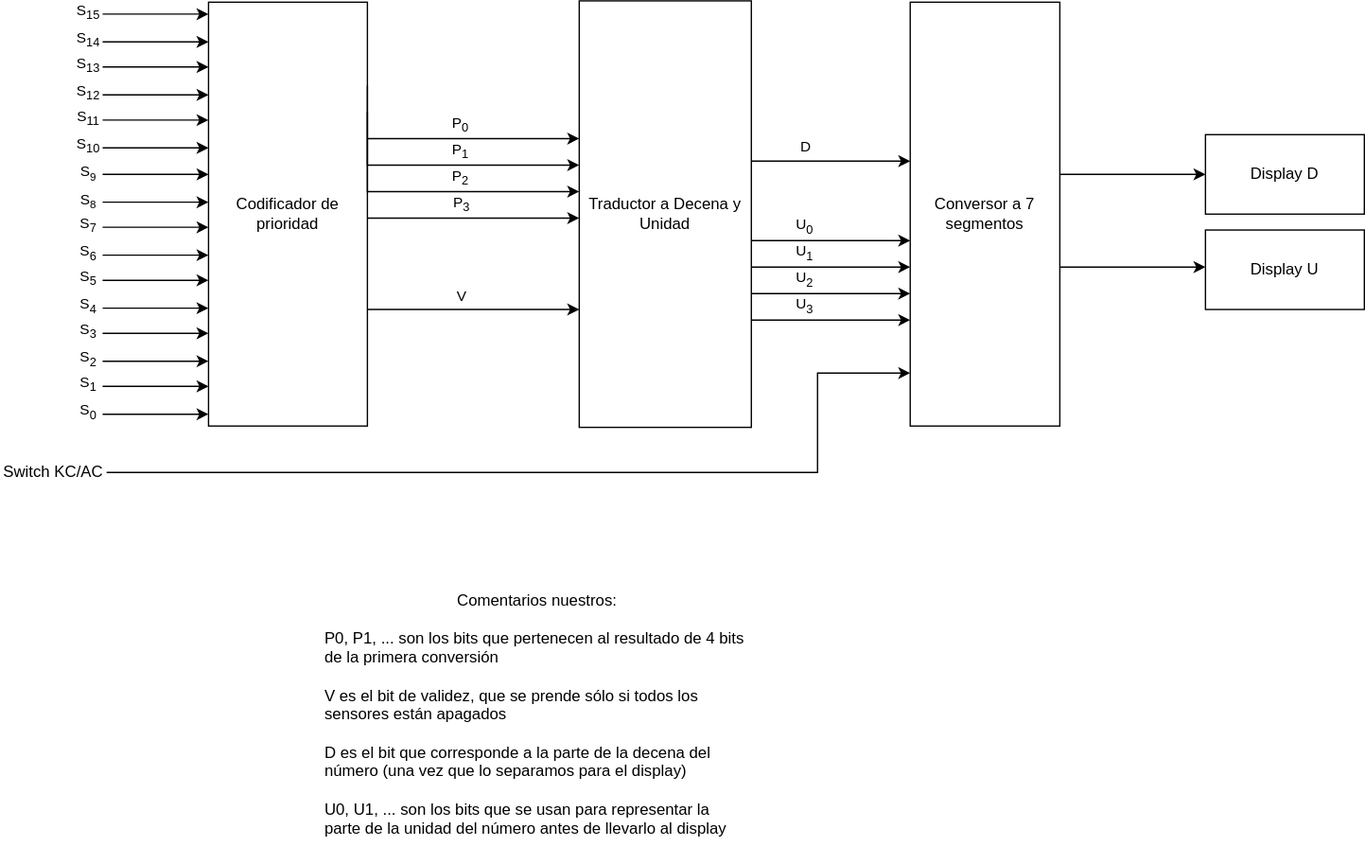
Above: TP1/IDL TP1-Página-1.drawio.svg in albertinap/IDL (draw.io), before the change. Source tidied: cells renumbered, new cells last; positions are measured from the earlier drawing's top-left corner, leaving out a move shared by most shapes.
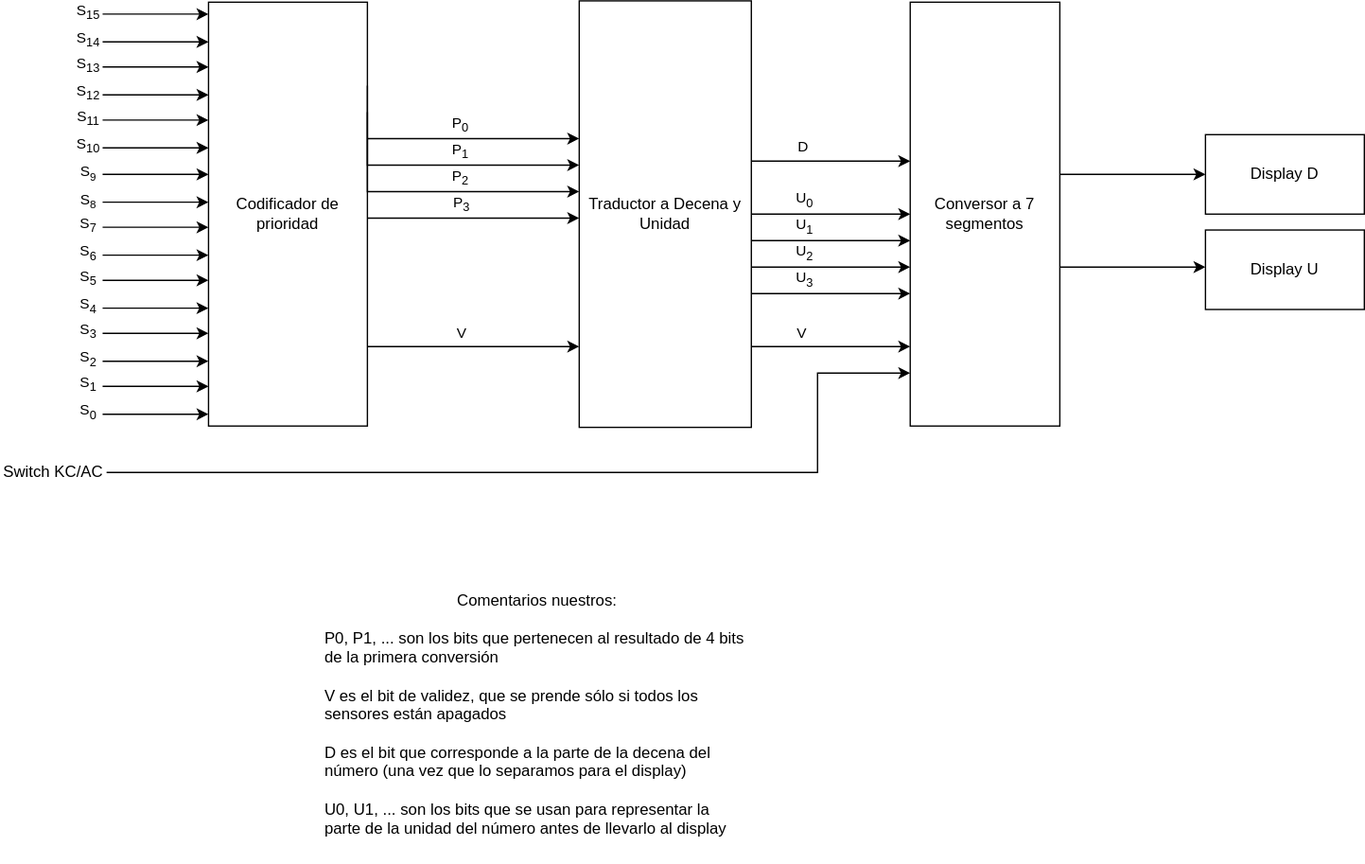
Above is the later version.

Diff of the diagram source:
```diff
@@ -27,14 +27,16 @@
     </mxCell>
     <mxCell id="5" value="D" style="edgeLabel;html=1;align=center;verticalAlign=middle;" parent="4" vertex="1">
       <mxGeometry x="-0.29" y="3" relative="1" as="geometry">
-        <mxPoint x="-2" y="-8" as="offset" />
+        <mxPoint x="-4" y="-8" as="offset" />
       </mxGeometry>
     </mxCell>
-    <mxCell id="6" style="edgeStyle=orthogonalEdgeStyle;rounded=0;jettySize=auto;html=1;" parent="1" edge="1" source="53" target="10">
+    <mxCell id="6" style="edgeStyle=orthogonalEdgeStyle;rounded=0;orthogonalLoop=1;jettySize=auto;html=1;" parent="1" edge="1">
       <mxGeometry relative="1" as="geometry">
+        <mxPoint x="567" y="221" as="sourcePoint" />
+        <mxPoint x="687" y="221" as="targetPoint" />
         <Array as="points">
-          <mxPoint x="637" y="241" />
-          <mxPoint x="637" y="241" />
+          <mxPoint x="637" y="221" />
+          <mxPoint x="637" y="221" />
         </Array>
       </mxGeometry>
     </mxCell>
@@ -301,11 +303,13 @@
     <mxCell id="53" value="Traductor a Decena y Unidad" style="rounded=0;whiteSpace=wrap;html=1;" parent="1" vertex="1">
       <mxGeometry x="437" width="130" height="322" as="geometry" />
     </mxCell>
-    <mxCell id="54" style="edgeStyle=orthogonalEdgeStyle;rounded=0;jettySize=auto;html=1;" parent="1" edge="1" source="53" target="10">
+    <mxCell id="54" style="edgeStyle=orthogonalEdgeStyle;rounded=0;orthogonalLoop=1;jettySize=auto;html=1;" parent="1" edge="1">
       <mxGeometry relative="1" as="geometry">
+        <mxPoint x="567" y="161" as="sourcePoint" />
+        <mxPoint x="687" y="161" as="targetPoint" />
         <Array as="points">
-          <mxPoint x="647" y="181" />
-          <mxPoint x="647" y="181" />
+          <mxPoint x="647" y="161" />
+          <mxPoint x="647" y="161" />
         </Array>
       </mxGeometry>
     </mxCell>
@@ -314,11 +318,13 @@
         <mxPoint x="-21" y="-8" as="offset" />
       </mxGeometry>
     </mxCell>
-    <mxCell id="56" style="edgeStyle=orthogonalEdgeStyle;rounded=0;jettySize=auto;html=1;" parent="1" edge="1" source="53" target="10">
+    <mxCell id="56" style="edgeStyle=orthogonalEdgeStyle;rounded=0;orthogonalLoop=1;jettySize=auto;html=1;" parent="1" edge="1">
       <mxGeometry relative="1" as="geometry">
+        <mxPoint x="567" y="181" as="sourcePoint" />
+        <mxPoint x="687" y="181" as="targetPoint" />
         <Array as="points">
-          <mxPoint x="627" y="201" />
-          <mxPoint x="627" y="201" />
+          <mxPoint x="627" y="181" />
+          <mxPoint x="627" y="181" />
         </Array>
       </mxGeometry>
     </mxCell>
@@ -327,11 +333,13 @@
         <mxPoint x="-21" y="-8" as="offset" />
       </mxGeometry>
     </mxCell>
-    <mxCell id="58" style="edgeStyle=orthogonalEdgeStyle;rounded=0;jettySize=auto;html=1;" parent="1" edge="1" source="53" target="10">
+    <mxCell id="58" style="edgeStyle=orthogonalEdgeStyle;rounded=0;orthogonalLoop=1;jettySize=auto;html=1;" parent="1" edge="1">
       <mxGeometry relative="1" as="geometry">
+        <mxPoint x="567" y="201" as="sourcePoint" />
+        <mxPoint x="687" y="201" as="targetPoint" />
         <Array as="points">
-          <mxPoint x="637" y="221" />
-          <mxPoint x="637" y="221" />
+          <mxPoint x="637" y="201" />
+          <mxPoint x="637" y="201" />
         </Array>
       </mxGeometry>
     </mxCell>
@@ -348,11 +356,11 @@
     </mxCell>
     <mxCell id="62" style="edgeStyle=orthogonalEdgeStyle;rounded=0;orthogonalLoop=1;jettySize=auto;html=1;" parent="1" edge="1">
       <mxGeometry relative="1" as="geometry">
-        <mxPoint x="277" y="233" as="sourcePoint" />
-        <mxPoint x="437" y="233" as="targetPoint" />
+        <mxPoint x="277" y="261" as="sourcePoint" />
+        <mxPoint x="437" y="261" as="targetPoint" />
         <Array as="points">
-          <mxPoint x="360" y="233" />
-          <mxPoint x="360" y="233" />
+          <mxPoint x="360" y="261" />
+          <mxPoint x="360" y="261" />
         </Array>
       </mxGeometry>
     </mxCell>
@@ -361,5 +369,19 @@
         <mxPoint x="9" y="-10" as="offset" />
       </mxGeometry>
     </mxCell>
+    <mxCell id="64" style="edgeStyle=orthogonalEdgeStyle;rounded=0;jettySize=auto;html=1;" parent="1" edge="1" target="10">
+      <mxGeometry relative="1" as="geometry">
+        <mxPoint x="567" y="261" as="sourcePoint" />
+        <Array as="points">
+          <mxPoint x="660" y="261" />
+          <mxPoint x="660" y="261" />
+        </Array>
+      </mxGeometry>
+    </mxCell>
+    <mxCell id="65" value="V" style="edgeLabel;html=1;align=center;verticalAlign=middle;" parent="64" vertex="1">
+      <mxGeometry x="-0.23" relative="1" as="geometry">
+        <mxPoint x="-8" y="-10" as="offset" />
+      </mxGeometry>
+    </mxCell>
   </root>
 </mxGraphModel>
```
